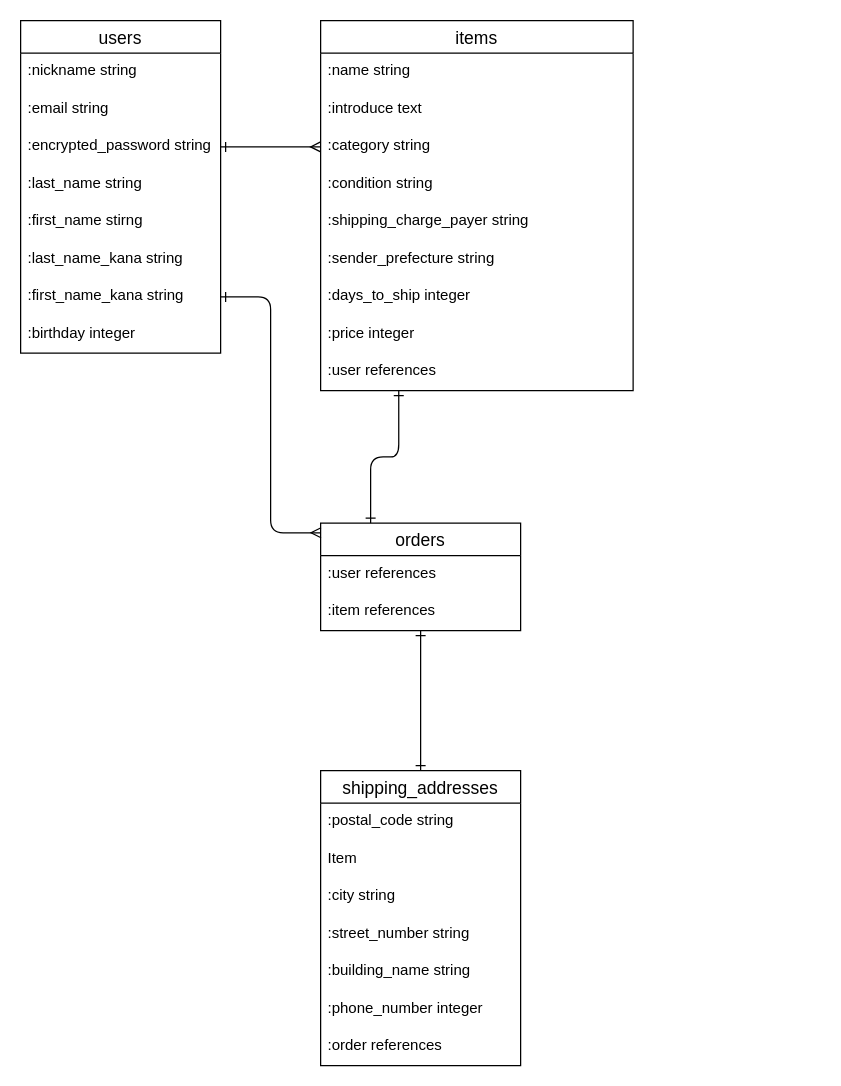
JIZAEMON/furima-39979 keeps this draw.io diagram as ERD.dio. Above is the earlier version. Source tidied: cells renumbered, new cells numbered last; positions are measured from the earlier drawing's top-left corner, leaving out a move shared by most shapes. Both pictures are drawn from the tidied source at 125%, with x=0, y=0 at pixel (20, 20).
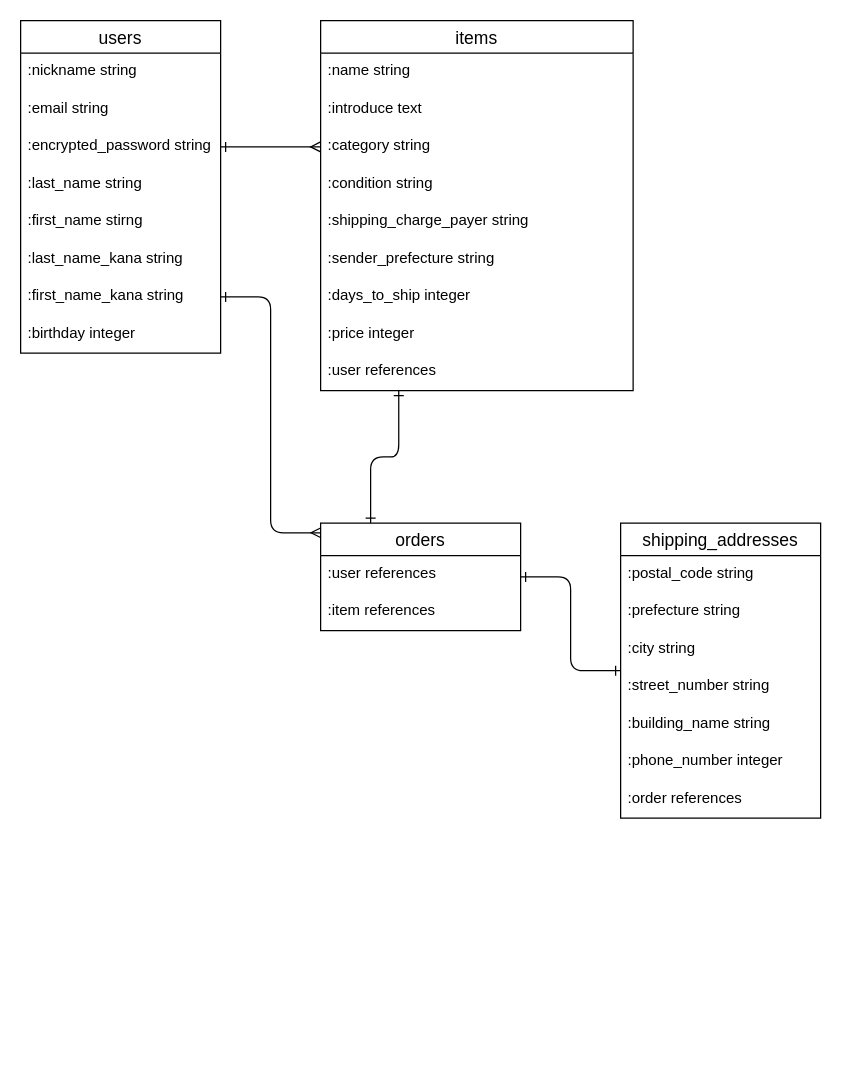
Above is the later version.

What changed in the source:
```diff
@@
     <mxCell id="28" value="shipping_addresses" style="swimlane;fontStyle=0;horizontal=1;startSize=26;align=center;fontSize=14;" parent="1" vertex="1">
-      <mxGeometry x="240" y="600" width="160" height="236" as="geometry" />
+      <mxGeometry x="480" y="402" width="160" height="236" as="geometry" />
     </mxCell>
@@
-    <mxCell id="30" value="Item" style="text;strokeColor=none;fillColor=none;spacingLeft=4;spacingRight=4;overflow=hidden;fontSize=12;" parent="28" vertex="1">
+    <mxCell id="30" value=":prefecture string" style="text;strokeColor=none;fillColor=none;spacingLeft=4;spacingRight=4;overflow=hidden;fontSize=12;" parent="28" vertex="1">
       <mxGeometry y="56" width="160" height="30" as="geometry" />
     </mxCell>
```
